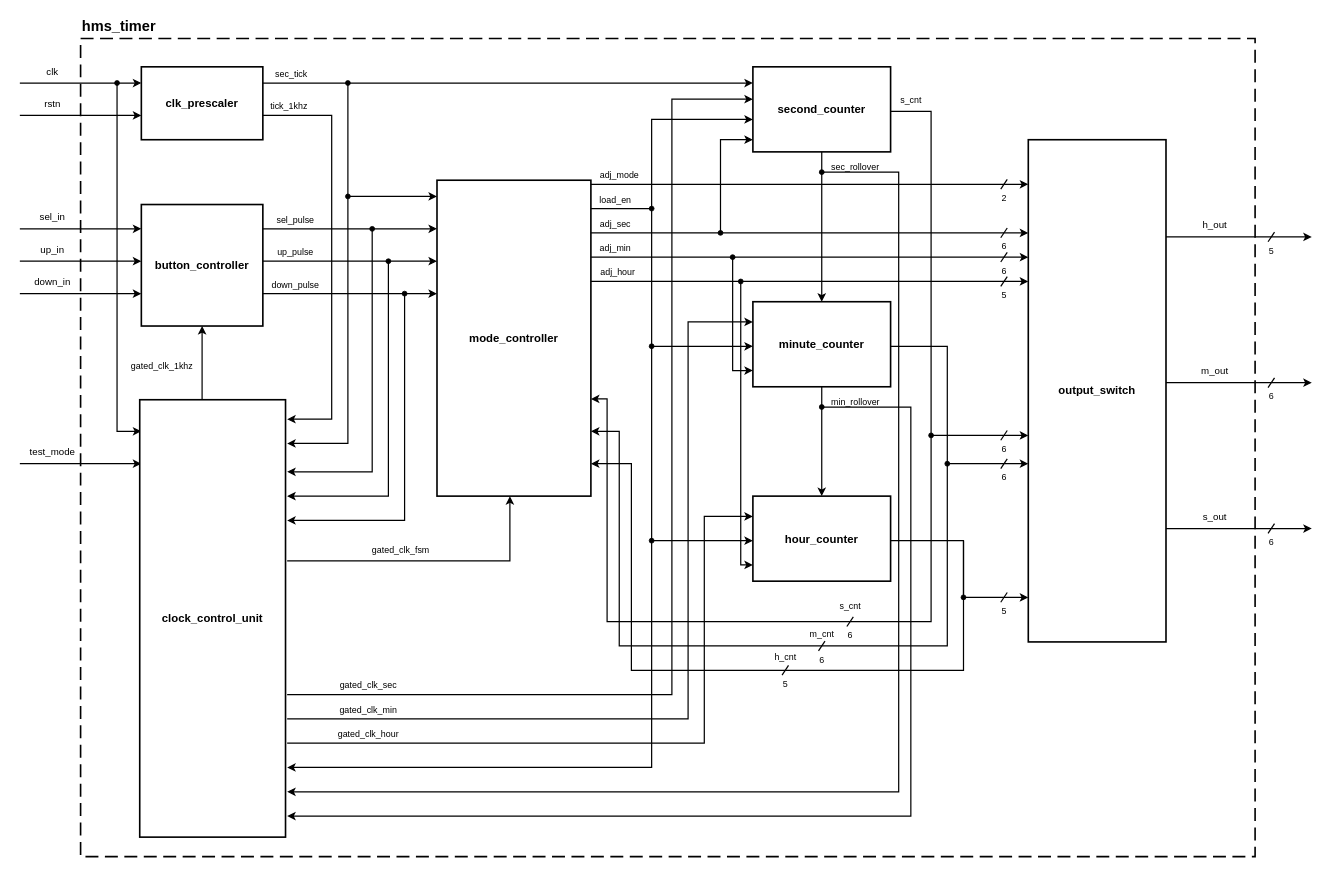
Above: docs/diag_1_3_architecture_overview.drawio in ngobinh1/Digital_Clock (draw.io), before the change. Source tidied: cells renumbered, new cells numbered last; positions are measured from the earlier drawing's top-left corner, leaving out a move shared by most shapes. Both pictures are drawn from the tidied source at 81%, with x=0, y=0 at pixel (19, 14).
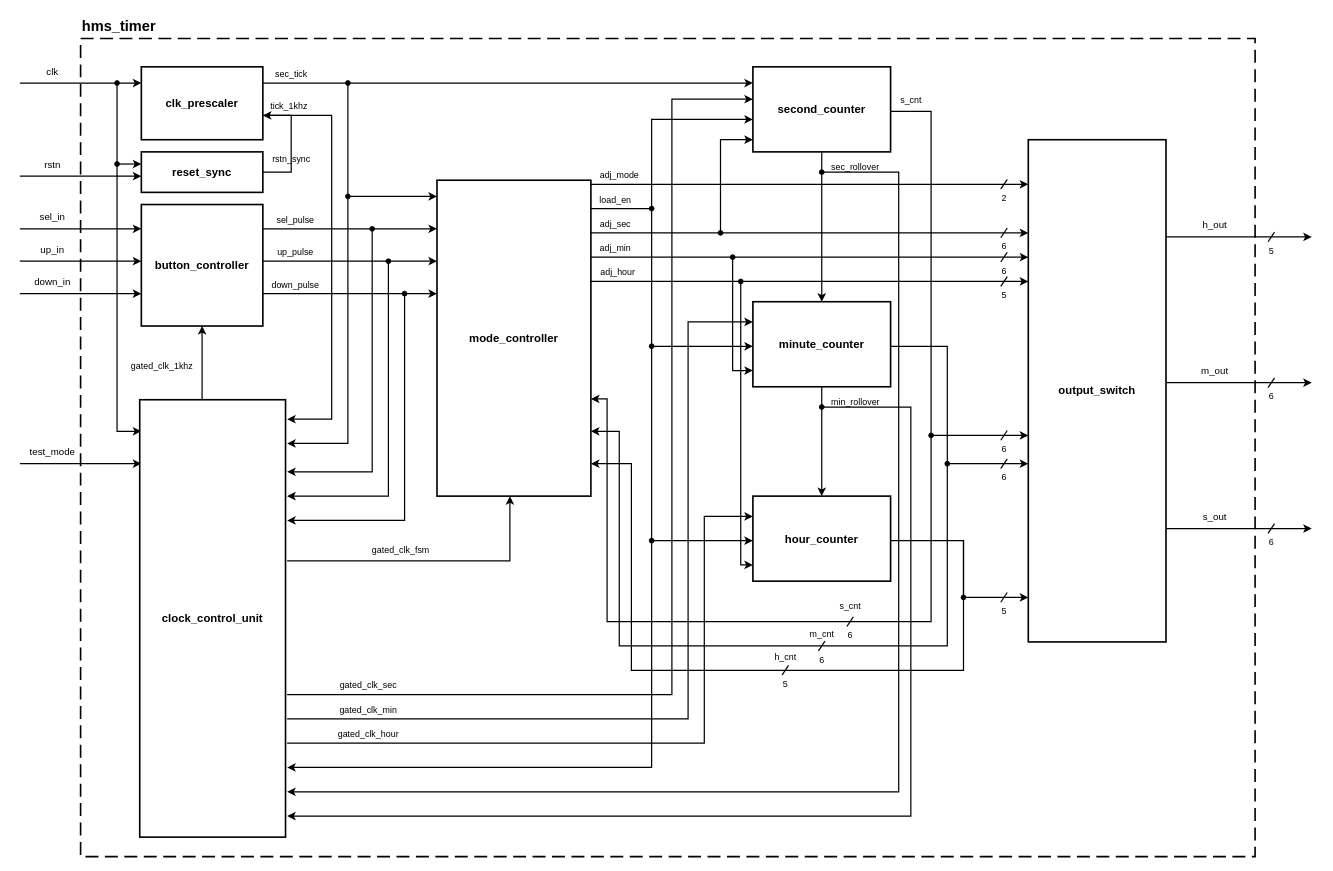
The same page after the edit.

Diff of the diagram source:
```diff
@@
+    <mxCell id="131" value="reset_sync" style="rounded=0;whiteSpace=wrap;html=1;fillColor=#ffffff;strokeColor=#000000;strokeWidth=2;fontFamily=Helvetica;fontSize=14;fontStyle=1;fontColor=#000000;align=center;verticalAlign=middle;" parent="1" vertex="1">
+      <mxGeometry x="150" y="170" width="150" height="50" as="geometry" />
+    </mxCell>
     <mxCell id="8" value="rstn" style="text;html=1;align=center;verticalAlign=bottom;fontSize=12;fontFamily=Helvetica;fontColor=#000000;" parent="1" vertex="1">
-      <mxGeometry y="100" width="80" height="20" as="geometry" />
+      <mxGeometry y="175" width="80" height="20" as="geometry" />
     </mxCell>
     <mxCell id="9" style="edgeStyle=orthogonalEdgeStyle;rounded=0;orthogonalLoop=1;jettySize=auto;html=1;strokeColor=#000000;strokeWidth=1.5;endArrow=classic;endFill=1;" parent="1" edge="1">
       <mxGeometry relative="1" as="geometry">
-        <mxPoint y="125" as="sourcePoint" />
-        <mxPoint x="150" y="125" as="targetPoint" />
+        <mxPoint y="200" as="sourcePoint" />
+        <mxPoint x="150" y="200" as="targetPoint" />
       </mxGeometry>
     </mxCell>
+    <mxCell id="132" style="edgeStyle=orthogonalEdgeStyle;rounded=0;orthogonalLoop=1;jettySize=auto;html=1;strokeColor=#000000;strokeWidth=1.5;endArrow=classic;endFill=1;" parent="1" edge="1">
+      <mxGeometry relative="1" as="geometry">
+        <mxPoint x="120" y="185" as="sourcePoint" />
+        <mxPoint x="150" y="185" as="targetPoint" />
+      </mxGeometry>
+    </mxCell>
+    <mxCell id="133" style="ellipse;whiteSpace=wrap;html=1;fillColor=#000000;strokeColor=#000000;" parent="1" vertex="1">
+      <mxGeometry x="117" y="182" width="6" height="6" as="geometry" />
+    </mxCell>
+    <mxCell id="134" value="rstn_sync" style="text;html=1;align=center;verticalAlign=bottom;fontSize=11;fontFamily=Helvetica;fontColor=#000000;" parent="1" vertex="1">
+      <mxGeometry x="305" y="170" width="60" height="18" as="geometry" />
+    </mxCell>
+    <mxCell id="135" style="edgeStyle=orthogonalEdgeStyle;rounded=0;orthogonalLoop=1;jettySize=auto;html=1;strokeColor=#000000;strokeWidth=1.5;endArrow=classic;endFill=1;" parent="1" edge="1">
+      <mxGeometry relative="1" as="geometry">
+        <mxPoint x="300" y="195" as="sourcePoint" />
+        <mxPoint x="300" y="125" as="targetPoint" />
+        <Array as="points">
+          <mxPoint x="335" y="195" />
+          <mxPoint x="335" y="125" />
+        </Array>
+      </mxGeometry>
+    </mxCell>
```
